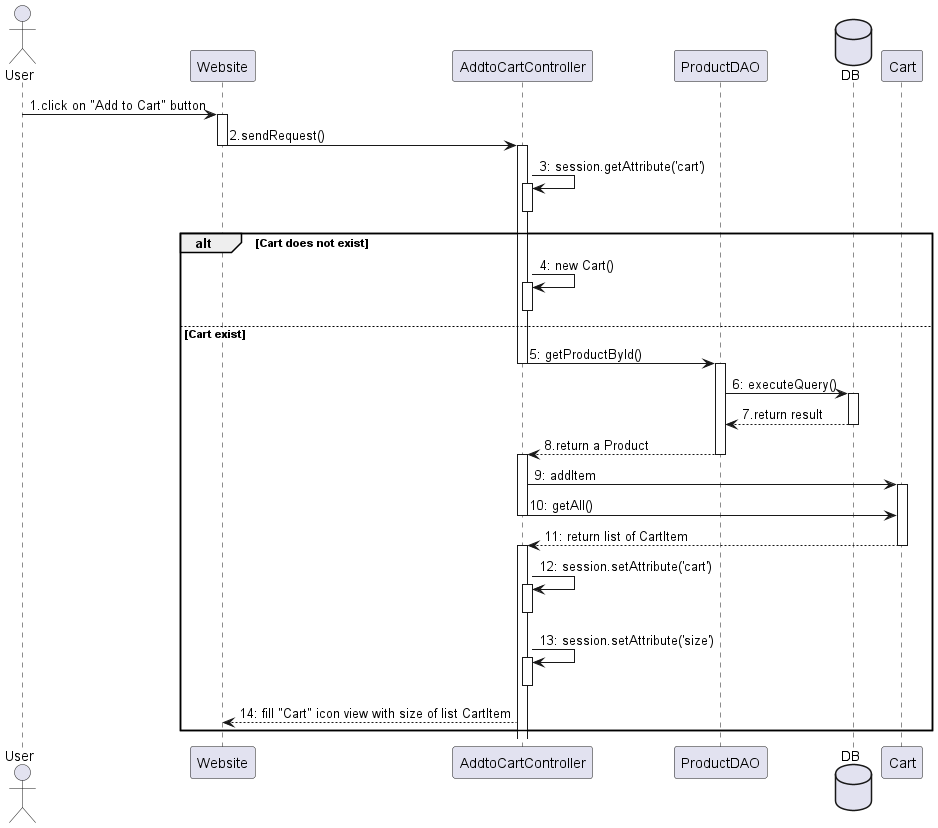
Before: Seuqence/out/te1/te1.png, a diagram exported from PlantUML (baspdd/desktop-tutorial).
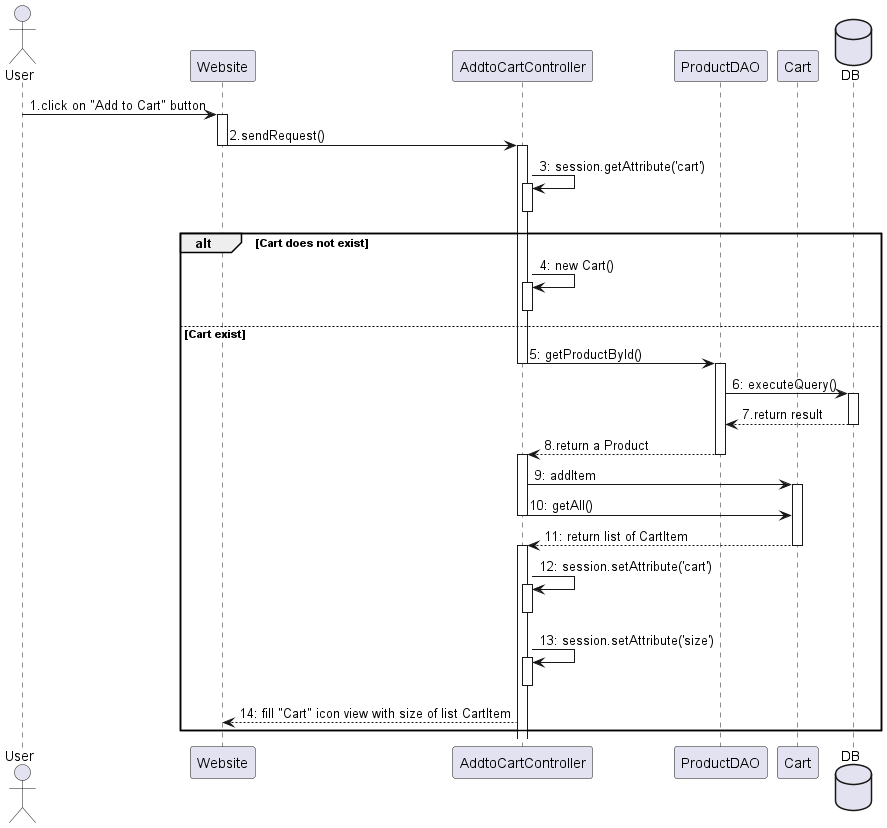
Above is the later version.

Diff of the diagram source:
```diff
@@ -4,8 +4,8 @@
 participant Website
 participant AddtoCartController
 participant ProductDAO
+participant Cart
 database DB
-participant Cart
 
 User -> Website  ++: 1.click on "Add to Cart" button
 Website -> AddtoCartController --++: 2.sendRequest()
```
